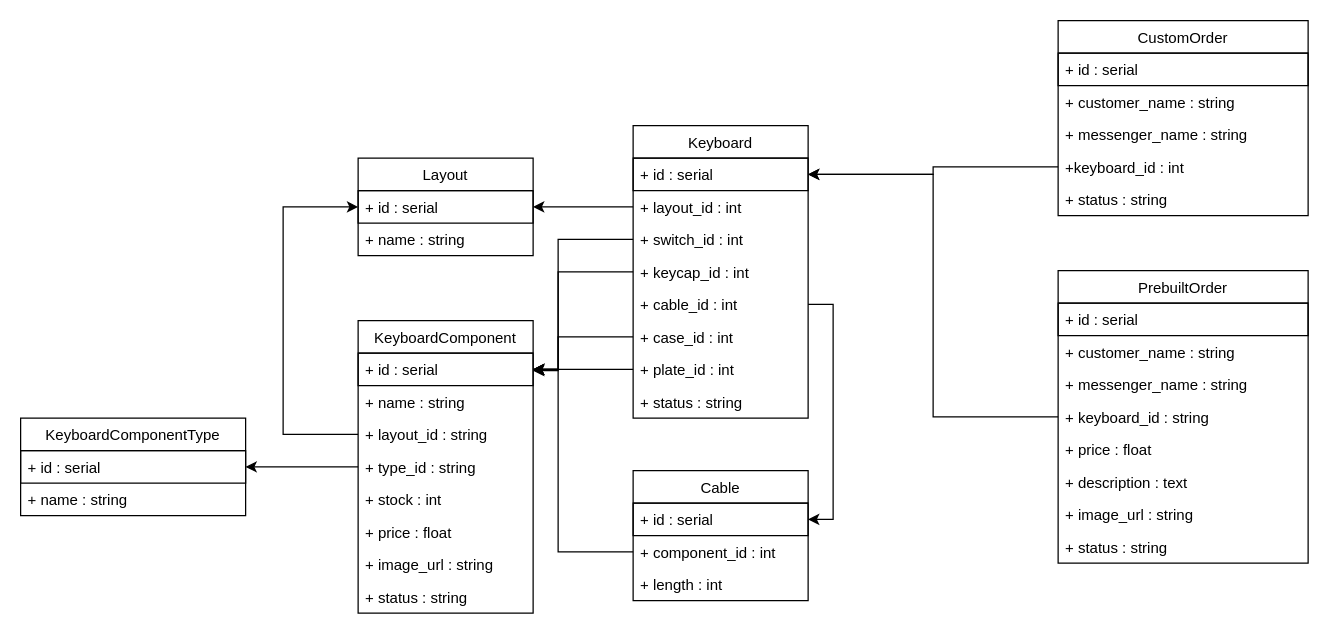
Before: UML.drawio in saas786/chavez-inventory, a draw.io diagram. Source tidied: cells renumbered, new cells numbered last; positions are measured from the earlier drawing's top-left corner, leaving out a move shared by most shapes. Both pictures are drawn from the tidied source at 125%, with x=0, y=0 at pixel (20, 20).
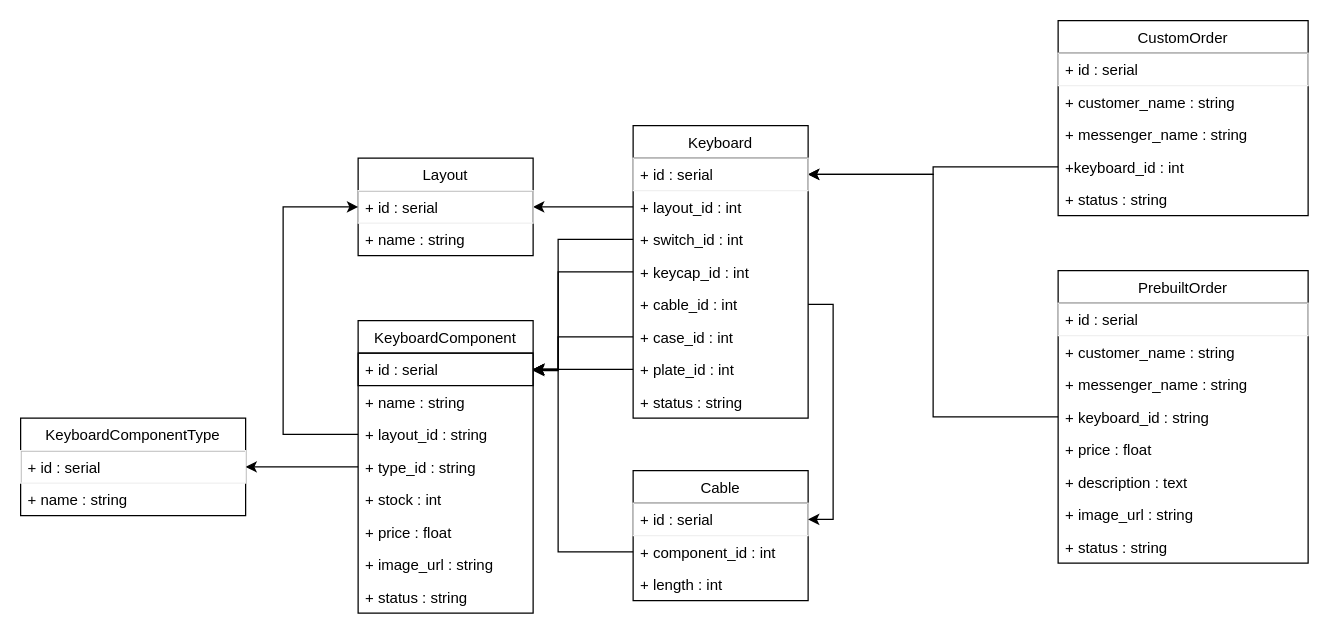
After the change.

The change refers to these unchanged cells:
```xml
<mxCell id="3" value="CustomOrder" style="swimlane;fontStyle=0;horizontal=1;startSize=26;fillColor=none;" parent="1" vertex="1">
  <mxGeometry x="830" width="200" height="156" as="geometry" />
</mxCell>
<mxCell id="9" value="PrebuiltOrder" style="swimlane;fontStyle=0;horizontal=1;startSize=26;fillColor=none;" parent="1" vertex="1">
  <mxGeometry x="830" y="200" width="200" height="234" as="geometry" />
</mxCell>
<mxCell id="20" value="Layout" style="swimlane;fontStyle=0;horizontal=1;startSize=26;fillColor=none;" parent="1" vertex="1">
  <mxGeometry x="270" y="110" width="140" height="78" as="geometry" />
</mxCell>
<mxCell id="33" value="Keyboard" style="swimlane;fontStyle=0;horizontal=1;startSize=26;fillColor=none;" parent="1" vertex="1">
  <mxGeometry x="490" y="84" width="140" height="234" as="geometry" />
</mxCell>
<mxCell id="42" value="Cable" style="swimlane;fontStyle=0;horizontal=1;startSize=26;fillColor=none;" parent="1" vertex="1">
  <mxGeometry x="490" y="360" width="140" height="104" as="geometry" />
</mxCell>
<mxCell id="53" value="KeyboardComponentType" style="swimlane;fontStyle=0;horizontal=1;startSize=26;fillColor=none;" parent="1" vertex="1">
  <mxGeometry y="318" width="180" height="78" as="geometry" />
</mxCell>
```

The edit, as a diff of the source:
```diff
@@
-    <mxCell id="4" value="+ id : serial" style="text;fillColor=none;align=left;verticalAlign=top;spacingLeft=4;spacingRight=4;overflow=hidden;strokeColor=#000000;" parent="3" vertex="1">
+    <mxCell id="4" value="+ id : serial" style="text;fillColor=none;align=left;verticalAlign=top;spacingLeft=4;spacingRight=4;overflow=hidden;strokeColor=#f0f0f0;" parent="3" vertex="1">
       <mxGeometry y="26" width="200" height="26" as="geometry" />
     </mxCell>
@@
-    <mxCell id="10" value="+ id : serial" style="text;fillColor=none;align=left;verticalAlign=top;spacingLeft=4;spacingRight=4;overflow=hidden;strokeColor=#000000;" parent="9" vertex="1">
+    <mxCell id="10" value="+ id : serial" style="text;fillColor=none;align=left;verticalAlign=top;spacingLeft=4;spacingRight=4;overflow=hidden;strokeColor=#f0f0f0;" parent="9" vertex="1">
       <mxGeometry y="26" width="200" height="26" as="geometry" />
     </mxCell>
@@
-    <mxCell id="21" value="+ id : serial" style="text;fillColor=none;align=left;verticalAlign=top;spacingLeft=4;spacingRight=4;overflow=hidden;points=[[0,0.5],[1,0.5]];portConstraint=eastwest;strokeColor=#000000;" parent="20" vertex="1">
+    <mxCell id="21" value="+ id : serial" style="text;fillColor=none;align=left;verticalAlign=top;spacingLeft=4;spacingRight=4;overflow=hidden;points=[[0,0.5],[1,0.5]];portConstraint=eastwest;strokeColor=#f0f0f0;" parent="20" vertex="1">
       <mxGeometry y="26" width="140" height="26" as="geometry" />
     </mxCell>
@@
-    <mxCell id="34" value="+ id : serial" style="text;fillColor=none;align=left;verticalAlign=top;spacingLeft=4;spacingRight=4;overflow=hidden;points=[[0,0.5],[1,0.5]];portConstraint=eastwest;strokeColor=#000000;" parent="33" vertex="1">
+    <mxCell id="34" value="+ id : serial" style="text;fillColor=none;align=left;verticalAlign=top;spacingLeft=4;spacingRight=4;overflow=hidden;points=[[0,0.5],[1,0.5]];portConstraint=eastwest;strokeColor=#f0f0f0;" parent="33" vertex="1">
       <mxGeometry y="26" width="140" height="26" as="geometry" />
     </mxCell>
@@
-    <mxCell id="43" value="+ id : serial" style="text;fillColor=none;align=left;verticalAlign=top;spacingLeft=4;spacingRight=4;overflow=hidden;points=[[0,0.5],[1,0.5]];portConstraint=eastwest;strokeColor=#000000;" parent="42" vertex="1">
+    <mxCell id="43" value="+ id : serial" style="text;fillColor=none;align=left;verticalAlign=top;spacingLeft=4;spacingRight=4;overflow=hidden;points=[[0,0.5],[1,0.5]];portConstraint=eastwest;strokeColor=#f0f0f0;" parent="42" vertex="1">
       <mxGeometry y="26" width="140" height="26" as="geometry" />
     </mxCell>
@@
-    <mxCell id="54" value="+ id : serial" style="text;fillColor=none;align=left;verticalAlign=top;spacingLeft=4;spacingRight=4;overflow=hidden;points=[[0,0.5],[1,0.5]];portConstraint=eastwest;strokeColor=#000000;" parent="53" vertex="1">
+    <mxCell id="54" value="+ id : serial" style="text;align=left;verticalAlign=top;spacingLeft=4;spacingRight=4;overflow=hidden;points=[[0,0.5],[1,0.5]];portConstraint=eastwest;strokeColor=#f0f0f0;" parent="53" vertex="1">
       <mxGeometry y="26" width="180" height="26" as="geometry" />
     </mxCell>
```
